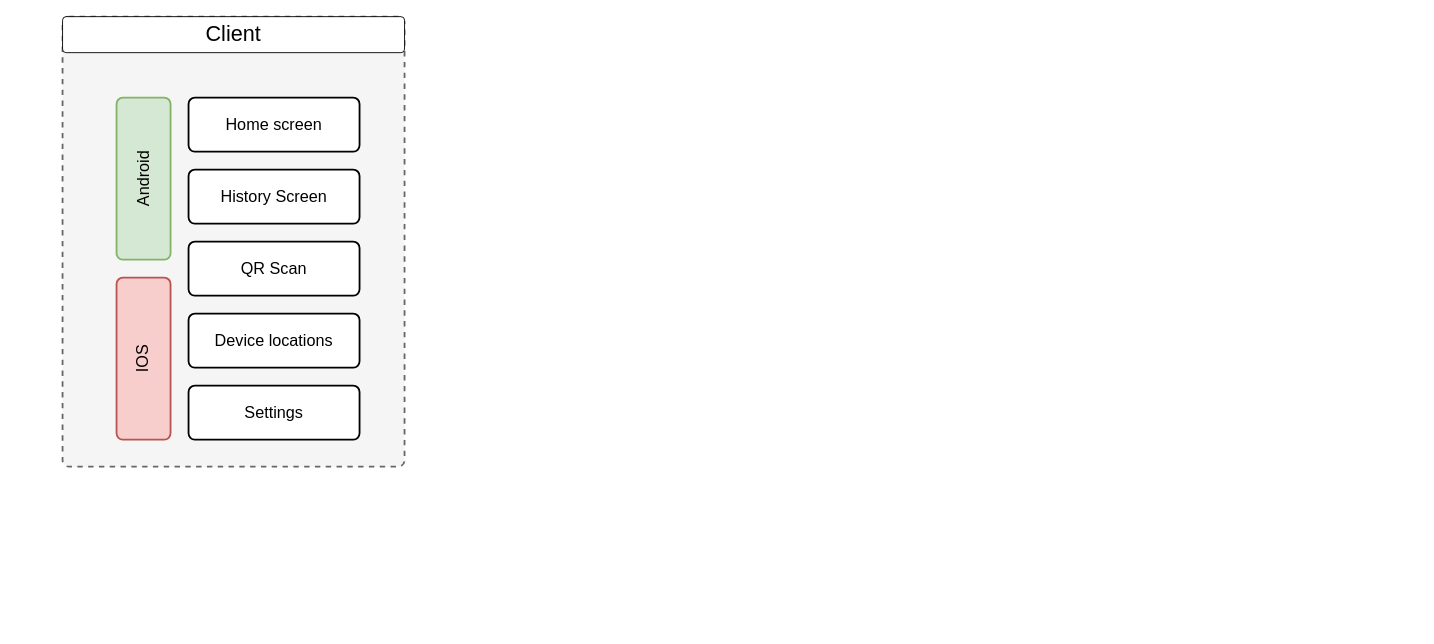
lukas0173/Draw.io keeps this draw.io diagram as Application architecture.drawio. Above is the earlier version. Source tidied: cells renumbered, new cells numbered last; positions are measured from the earlier drawing's top-left corner, leaving out a move shared by most shapes. Both pictures are drawn from the tidied source at 90%, with x=0, y=0 at pixel (62, 16). Pictures stored in the file or linked from it are replaced by grey dashed boxes.
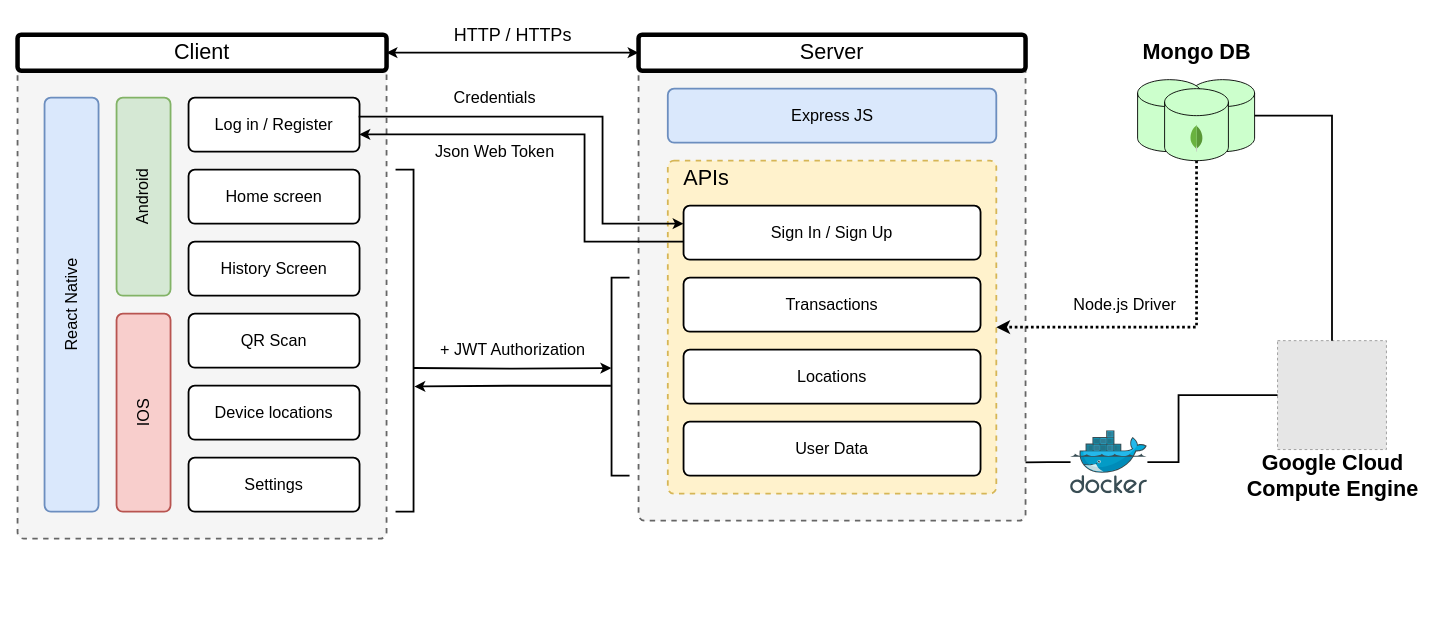
Above is the later version.

Change to the diagram source:
```diff
@@
     <mxCell id="2" style="rounded=1;whiteSpace=wrap;html=1;absoluteArcSize=1;arcSize=14;strokeWidth=2;strokeColor=#666666;fillColor=#f5f5f5;fillStyle=solid;dashed=1;fontColor=#333333;" parent="1" vertex="1">
-      <mxGeometry width="380" height="500" as="geometry" />
+      <mxGeometry x="-50" y="20" width="410" height="560" as="geometry" />
     </mxCell>
-    <mxCell id="3" style="group;" parent="1" vertex="1">
-      <mxGeometry x="140" y="90" width="230" height="590" as="geometry" />
-    </mxCell>
+    <mxCell id="12" style="edgeStyle=orthogonalEdgeStyle;rounded=0;jettySize=auto;html=1;exitX=1;exitY=0.5;exitDx=0;exitDy=0;entryX=0;entryY=0.5;entryDx=0;entryDy=0;startArrow=classic;startFill=1;strokeWidth=2;" parent="1" edge="1" source="9" target="14">
+      <mxGeometry relative="1" as="geometry" />
+    </mxCell>
+    <mxCell id="9" value="&lt;font style=&quot;font-size: 24px;&quot;&gt;Client&lt;/font&gt;" style="rounded=1;arcSize=10;whiteSpace=wrap;html=1;align=center;strokeWidth=5;" parent="1" vertex="1">
+      <mxGeometry x="-50" y="20" width="410" height="40" as="geometry" />
+    </mxCell>
+    <mxCell id="13" style="rounded=1;whiteSpace=wrap;html=1;absoluteArcSize=1;arcSize=14;strokeWidth=2;strokeColor=#666666;fillColor=#f5f5f5;fillStyle=solid;dashed=1;fontColor=#333333;" parent="1" vertex="1">
+      <mxGeometry x="640" y="20" width="430" height="540" as="geometry" />
+    </mxCell>
+    <mxCell id="14" value="&lt;font style=&quot;font-size: 24px;&quot;&gt;Server&lt;/font&gt;" style="rounded=1;arcSize=10;whiteSpace=wrap;html=1;align=center;strokeWidth=5;" parent="1" vertex="1">
+      <mxGeometry x="640" y="20" width="430" height="40" as="geometry" />
+    </mxCell>
+    <mxCell id="15" value="&lt;font style=&quot;font-size: 18px;&quot;&gt;Express JS&lt;/font&gt;" style="rounded=1;whiteSpace=wrap;html=1;absoluteArcSize=1;arcSize=14;strokeWidth=2;rotation=0;fillColor=#dae8fc;strokeColor=#6c8ebf;" parent="1" vertex="1">
+      <mxGeometry x="672.5" y="80" width="365" height="60" as="geometry" />
+    </mxCell>
+    <mxCell id="16" value="&lt;font style=&quot;font-size: 18px;&quot;&gt;React Native&lt;/font&gt;" style="rounded=1;whiteSpace=wrap;html=1;absoluteArcSize=1;arcSize=14;strokeWidth=2;rotation=-90;fillColor=#dae8fc;strokeColor=#6c8ebf;" parent="1" vertex="1">
+      <mxGeometry x="-220" y="290" width="460" height="60" as="geometry" />
+    </mxCell>
+    <mxCell id="17" style="group;" parent="1" vertex="1">
+      <mxGeometry x="140" y="90" width="190" height="460" as="geometry" />
+    </mxCell>
-    <mxCell id="4" value="&lt;font style=&quot;font-size: 18px;&quot;&gt;Home screen&lt;/font&gt;" style="rounded=1;whiteSpace=wrap;html=1;absoluteArcSize=1;arcSize=14;strokeWidth=2;" parent="3" vertex="1">
-      <mxGeometry width="190" height="60" as="geometry" />
+    <mxCell id="4" value="&lt;font style=&quot;font-size: 18px;&quot;&gt;Home screen&lt;/font&gt;" style="rounded=1;whiteSpace=wrap;html=1;absoluteArcSize=1;arcSize=14;strokeWidth=2;" parent="17" vertex="1">
+      <mxGeometry y="80" width="190" height="60" as="geometry" />
     </mxCell>
-    <mxCell id="5" value="&lt;font style=&quot;font-size: 18px;&quot;&gt;History Screen&lt;/font&gt;" style="rounded=1;whiteSpace=wrap;html=1;absoluteArcSize=1;arcSize=14;strokeWidth=2;" parent="3" vertex="1">
-      <mxGeometry y="80" width="190" height="60" as="geometry" />
+    <mxCell id="5" value="&lt;font style=&quot;font-size: 18px;&quot;&gt;History Screen&lt;/font&gt;" style="rounded=1;whiteSpace=wrap;html=1;absoluteArcSize=1;arcSize=14;strokeWidth=2;" parent="17" vertex="1">
+      <mxGeometry y="160" width="190" height="60" as="geometry" />
     </mxCell>
-    <mxCell id="6" value="&lt;font style=&quot;font-size: 18px;&quot;&gt;QR Scan&lt;/font&gt;" style="rounded=1;whiteSpace=wrap;html=1;absoluteArcSize=1;arcSize=14;strokeWidth=2;" parent="3" vertex="1">
-      <mxGeometry y="160" width="190" height="60" as="geometry" />
+    <mxCell id="6" value="&lt;font style=&quot;font-size: 18px;&quot;&gt;QR Scan&lt;/font&gt;" style="rounded=1;whiteSpace=wrap;html=1;absoluteArcSize=1;arcSize=14;strokeWidth=2;" parent="17" vertex="1">
+      <mxGeometry y="240" width="190" height="60" as="geometry" />
     </mxCell>
-    <mxCell id="7" value="&lt;font style=&quot;font-size: 18px;&quot;&gt;Device locations&lt;/font&gt;" style="rounded=1;whiteSpace=wrap;html=1;absoluteArcSize=1;arcSize=14;strokeWidth=2;" parent="3" vertex="1">
-      <mxGeometry y="240" width="190" height="60" as="geometry" />
+    <mxCell id="7" value="&lt;font style=&quot;font-size: 18px;&quot;&gt;Device locations&lt;/font&gt;" style="rounded=1;whiteSpace=wrap;html=1;absoluteArcSize=1;arcSize=14;strokeWidth=2;" parent="17" vertex="1">
+      <mxGeometry y="320" width="190" height="60" as="geometry" />
     </mxCell>
-    <mxCell id="8" value="&lt;font style=&quot;font-size: 18px;&quot;&gt;Settings&lt;/font&gt;" style="rounded=1;whiteSpace=wrap;html=1;absoluteArcSize=1;arcSize=14;strokeWidth=2;" parent="3" vertex="1">
-      <mxGeometry y="320" width="190" height="60" as="geometry" />
+    <mxCell id="8" value="&lt;font style=&quot;font-size: 18px;&quot;&gt;Settings&lt;/font&gt;" style="rounded=1;whiteSpace=wrap;html=1;absoluteArcSize=1;arcSize=14;strokeWidth=2;" parent="17" vertex="1">
+      <mxGeometry y="400" width="190" height="60" as="geometry" />
     </mxCell>
-    <mxCell id="9" value="&lt;font style=&quot;font-size: 24px;&quot;&gt;Client&lt;/font&gt;" style="rounded=1;arcSize=10;whiteSpace=wrap;html=1;align=center;" parent="1" vertex="1">
-      <mxGeometry width="380" height="40" as="geometry" />
-    </mxCell>
+    <mxCell id="18" value="&lt;span style=&quot;font-size: 18px;&quot;&gt;Log in / Register&lt;br&gt;&lt;/span&gt;" style="rounded=1;whiteSpace=wrap;html=1;absoluteArcSize=1;arcSize=14;strokeWidth=2;" parent="17" vertex="1">
+      <mxGeometry width="190" height="60" as="geometry" />
+    </mxCell>
     <mxCell id="10" value="&lt;font style=&quot;font-size: 18px;&quot;&gt;Android&lt;/font&gt;" style="rounded=1;whiteSpace=wrap;html=1;absoluteArcSize=1;arcSize=14;strokeWidth=2;rotation=-90;fillColor=#d5e8d4;strokeColor=#82b366;" parent="1" vertex="1">
-      <mxGeometry y="150" width="180" height="60" as="geometry" />
+      <mxGeometry x="-20" y="170" width="220" height="60" as="geometry" />
     </mxCell>
     <mxCell id="11" value="&lt;font style=&quot;font-size: 18px;&quot;&gt;IOS&lt;br&gt;&lt;/font&gt;" style="rounded=1;whiteSpace=wrap;html=1;absoluteArcSize=1;arcSize=14;strokeWidth=2;rotation=-90;fillColor=#f8cecc;strokeColor=#b85450;" parent="1" vertex="1">
-      <mxGeometry y="350" width="180" height="60" as="geometry" />
+      <mxGeometry x="-20" y="410" width="220" height="60" as="geometry" />
     </mxCell>
+    <mxCell id="19" value="&lt;font style=&quot;font-size: 24px;&quot;&gt;&lt;b&gt;Mongo DB&lt;/b&gt;&lt;/font&gt;" style="text;html=1;align=center;verticalAlign=middle;strokeColor=none;fillColor=none;" parent="1" vertex="1">
+      <mxGeometry x="1190" y="20" width="140" height="40" as="geometry" />
+    </mxCell>
+    <mxCell id="20" style="rounded=1;whiteSpace=wrap;html=1;absoluteArcSize=1;arcSize=14;strokeWidth=2;dashed=1;align=left;fillColor=#fff2cc;strokeColor=#d6b656;" parent="1" vertex="1">
+      <mxGeometry x="672.5" y="160" width="365" height="370" as="geometry" />
+    </mxCell>
+    <mxCell id="21" value="&lt;font style=&quot;font-size: 24px;&quot;&gt;APIs&lt;/font&gt;" style="text;html=1;align=center;verticalAlign=middle;strokeColor=none;fillColor=none;" parent="1" vertex="1">
+      <mxGeometry x="680" y="160" width="70" height="40" as="geometry" />
+    </mxCell>
+    <mxCell id="22" style="edgeStyle=orthogonalEdgeStyle;rounded=0;jettySize=auto;html=1;entryX=0;entryY=0.334;entryDx=0;entryDy=0;entryPerimeter=0;strokeWidth=2;" parent="1" edge="1" target="35">
+      <mxGeometry relative="1" as="geometry">
+        <mxPoint x="330" y="110" as="sourcePoint" />
+        <Array as="points">
+          <mxPoint x="600" y="111" />
+          <mxPoint x="600" y="230" />
+        </Array>
+      </mxGeometry>
+    </mxCell>
+    <mxCell id="23" style="edgeStyle=orthogonalEdgeStyle;rounded=0;jettySize=auto;html=1;entryX=0.999;entryY=0.681;entryDx=0;entryDy=0;entryPerimeter=0;strokeWidth=2;" parent="1" edge="1" source="35" target="18">
+      <mxGeometry relative="1" as="geometry">
+        <Array as="points">
+          <mxPoint x="580" y="250" />
+          <mxPoint x="580" y="131" />
+        </Array>
+      </mxGeometry>
+    </mxCell>
+    <mxCell id="24" value="&lt;font style=&quot;font-size: 18px;&quot;&gt;Credentials&lt;/font&gt;" style="text;html=1;align=center;verticalAlign=middle;strokeColor=none;fillColor=none;" parent="1" vertex="1">
+      <mxGeometry x="425" y="70" width="110" height="40" as="geometry" />
+    </mxCell>
+    <mxCell id="25" value="&lt;font style=&quot;font-size: 18px;&quot;&gt;Json Web Token&lt;/font&gt;" style="text;html=1;align=center;verticalAlign=middle;strokeColor=none;fillColor=none;" parent="1" vertex="1">
+      <mxGeometry x="400" y="130" width="160" height="40" as="geometry" />
+    </mxCell>
+    <mxCell id="26" value="&lt;font style=&quot;font-size: 20px;&quot;&gt;HTTP / HTTPs&lt;/font&gt;" style="text;html=1;align=center;verticalAlign=middle;strokeColor=none;fillColor=none;" parent="1" vertex="1">
+      <mxGeometry x="425" width="150" height="40" as="geometry" />
+    </mxCell>
+    <mxCell id="27" style="strokeWidth=2;html=1;shape=mxgraph.flowchart.annotation_1;align=left;" parent="1" vertex="1">
+      <mxGeometry x="610" y="290" width="20" height="220" as="geometry" />
+    </mxCell>
+    <mxCell id="28" style="strokeWidth=2;html=1;shape=mxgraph.flowchart.annotation_1;align=left;rotation=-180;" parent="1" vertex="1">
+      <mxGeometry x="370" y="170" width="20" height="380" as="geometry" />
+    </mxCell>
+    <mxCell id="29" style="group;" parent="1" vertex="1">
+      <mxGeometry x="1194.5" y="70" width="130" height="116.2" as="geometry" />
+    </mxCell>
+    <mxCell id="30" style="shape=cylinder3;whiteSpace=wrap;html=1;boundedLbl=1;backgroundOutline=1;size=15;fillColor=#CCFFCC;" parent="29" vertex="1">
+      <mxGeometry x="59.1" width="70.9" height="80" as="geometry" />
+    </mxCell>
+    <mxCell id="31" style="shape=cylinder3;whiteSpace=wrap;html=1;boundedLbl=1;backgroundOutline=1;size=15;fillColor=#CCFFCC;" parent="29" vertex="1">
+      <mxGeometry width="70.9" height="80" as="geometry" />
+    </mxCell>
+    <mxCell id="32" style="shape=cylinder3;whiteSpace=wrap;html=1;boundedLbl=1;backgroundOutline=1;size=15;fillColor=#CCFFCC;" parent="29" vertex="1">
+      <mxGeometry x="30" y="10" width="70.9" height="80" as="geometry" />
+    </mxCell>
+    <mxCell id="33" style="dashed=0;html=1;align=center;labelPosition=center;verticalLabelPosition=bottom;verticalAlign=top;shape=mxgraph.weblogos.mongodb;" parent="29" vertex="1">
+      <mxGeometry x="58.3" y="50" width="14.3" height="30" as="geometry" />
+    </mxCell>
+    <mxCell id="34" style="group;" parent="1" vertex="1">
+      <mxGeometry x="690" y="210" width="330" height="300" as="geometry" />
+    </mxCell>
+    <mxCell id="35" value="&lt;font style=&quot;font-size: 18px;&quot;&gt;Sign In / Sign Up&lt;/font&gt;" style="rounded=1;whiteSpace=wrap;html=1;absoluteArcSize=1;arcSize=14;strokeWidth=2;" parent="34" vertex="1">
+      <mxGeometry width="330" height="60" as="geometry" />
+    </mxCell>
+    <mxCell id="36" value="&lt;font style=&quot;font-size: 18px;&quot;&gt;Transactions&lt;/font&gt;" style="rounded=1;whiteSpace=wrap;html=1;absoluteArcSize=1;arcSize=14;strokeWidth=2;" parent="34" vertex="1">
+      <mxGeometry y="80" width="330" height="60" as="geometry" />
+    </mxCell>
+    <mxCell id="37" value="&lt;font style=&quot;font-size: 18px;&quot;&gt;Locations&lt;/font&gt;" style="rounded=1;whiteSpace=wrap;html=1;absoluteArcSize=1;arcSize=14;strokeWidth=2;" parent="34" vertex="1">
+      <mxGeometry y="160" width="330" height="60" as="geometry" />
+    </mxCell>
+    <mxCell id="38" value="&lt;font style=&quot;font-size: 18px;&quot;&gt;User Data&lt;/font&gt;" style="rounded=1;whiteSpace=wrap;html=1;absoluteArcSize=1;arcSize=14;strokeWidth=2;" parent="34" vertex="1">
+      <mxGeometry y="240" width="330" height="60" as="geometry" />
+    </mxCell>
+    <mxCell id="39" style="edgeStyle=orthogonalEdgeStyle;rounded=0;jettySize=auto;html=1;entryX=-0.005;entryY=0.42;entryDx=0;entryDy=0;entryPerimeter=0;strokeWidth=2;endArrow=none;endFill=0;startArrow=classic;startFill=1;" parent="1" edge="1" target="28">
+      <mxGeometry relative="1" as="geometry">
+        <mxPoint x="609.7" y="390.5" as="sourcePoint" />
+      </mxGeometry>
+    </mxCell>
+    <mxCell id="40" style="edgeStyle=orthogonalEdgeStyle;rounded=0;jettySize=auto;html=1;entryX=-0.047;entryY=0.366;entryDx=0;entryDy=0;entryPerimeter=0;startArrow=none;startFill=0;endArrow=classic;endFill=1;exitX=-0.037;exitY=0.546;exitDx=0;exitDy=0;exitPerimeter=0;strokeWidth=2;" parent="1" edge="1" source="27" target="28">
+      <mxGeometry relative="1" as="geometry">
+        <Array as="points">
+          <mxPoint x="496" y="410" />
+        </Array>
+      </mxGeometry>
+    </mxCell>
+    <mxCell id="41" value="&lt;font style=&quot;font-size: 18px;&quot;&gt;+ JWT Authorization&lt;/font&gt;" style="text;html=1;align=center;verticalAlign=middle;strokeColor=none;fillColor=none;" parent="1" vertex="1">
+      <mxGeometry x="410" y="350" width="180" height="40" as="geometry" />
+    </mxCell>
+    <mxCell id="42" style="edgeStyle=orthogonalEdgeStyle;rounded=0;jettySize=auto;html=1;entryX=1;entryY=0.5;entryDx=0;entryDy=0;strokeWidth=3;dashed=1;dashPattern=1 1;" parent="1" edge="1" source="32" target="20">
+      <mxGeometry relative="1" as="geometry">
+        <Array as="points">
+          <mxPoint x="1260" y="345" />
+        </Array>
+      </mxGeometry>
+    </mxCell>
+    <mxCell id="43" value="&lt;font style=&quot;font-size: 18px;&quot;&gt;Node.js Driver&lt;/font&gt;" style="text;html=1;align=center;verticalAlign=middle;strokeColor=none;fillColor=none;" parent="1" vertex="1">
+      <mxGeometry x="1110" y="300" width="140" height="40" as="geometry" />
+    </mxCell>
+    <mxCell id="44" value="&lt;font style=&quot;font-size: 24px;&quot; color=&quot;#000000&quot;&gt;Google Cloud&lt;br&gt;Compute Engine&lt;/font&gt;" style="fillColor=#E6E6E6;strokeColor=#999999;dashed=1;html=1;verticalAlign=top;labelPosition=center;verticalLabelPosition=bottom;align=center;spacingTop=-6;fontSize=11;fontStyle=1;fontColor=#999999;" parent="1" vertex="1">
+      <mxGeometry x="1350" y="360" width="121" height="121" as="geometry" />
+    </mxCell>
+    <mxCell id="45" style="edgeStyle=orthogonalEdgeStyle;rounded=0;jettySize=auto;html=1;entryX=0;entryY=0.5;entryDx=0;entryDy=0;endArrow=none;endFill=0;strokeWidth=2;" parent="1" edge="1" source="46" target="44">
+      <mxGeometry relative="1" as="geometry">
+        <Array as="points">
+          <mxPoint x="1240" y="495" />
+          <mxPoint x="1240" y="421" />
+        </Array>
+      </mxGeometry>
+    </mxCell>
+    <mxCell id="46" style="image;sketch=0;html=1;points=[];align=center;fontSize=12;image=img/lib/mscae/Docker.svg;" parent="1" vertex="1">
+      <mxGeometry x="1120" y="460" width="85.4" height="70" as="geometry" />
+    </mxCell>
+    <mxCell id="47" style="edgeStyle=orthogonalEdgeStyle;rounded=0;jettySize=auto;html=1;entryX=0.5;entryY=0;entryDx=0;entryDy=0;endArrow=none;endFill=0;strokeWidth=2;" parent="1" edge="1" source="30" target="44">
+      <mxGeometry relative="1" as="geometry" />
+    </mxCell>
+    <mxCell id="48" style="edgeStyle=orthogonalEdgeStyle;rounded=0;jettySize=auto;html=1;entryX=1;entryY=0.88;entryDx=0;entryDy=0;entryPerimeter=0;endArrow=none;endFill=0;strokeWidth=2;" parent="1" edge="1" source="46" target="13">
+      <mxGeometry relative="1" as="geometry" />
+    </mxCell>
```
